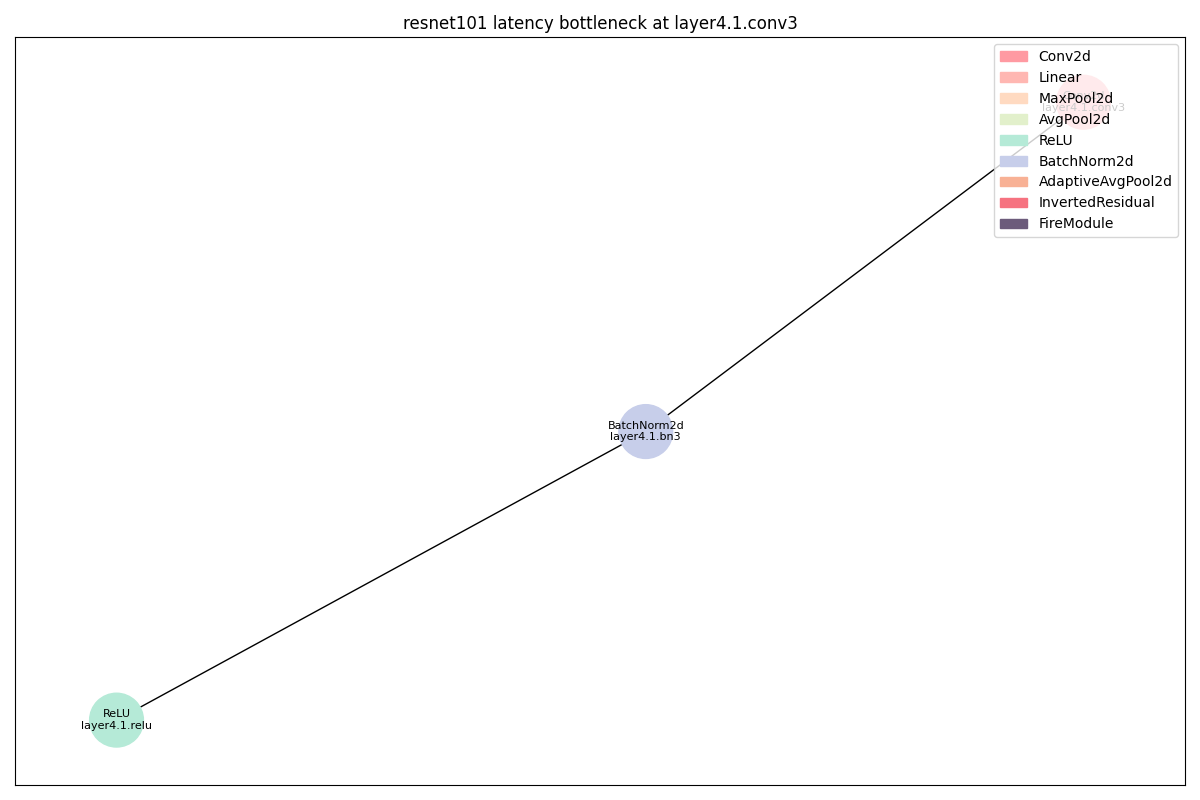
11222-Meng/DNN_Bottlen_Layer_Analysis keeps this Graphviz diagram as dags/resnet101_latency_layer4_1_conv3_op.png. Above is the earlier version. Its source is kept beside it as dags/resnet101_latency_layer4_1_conv3_op.dot.
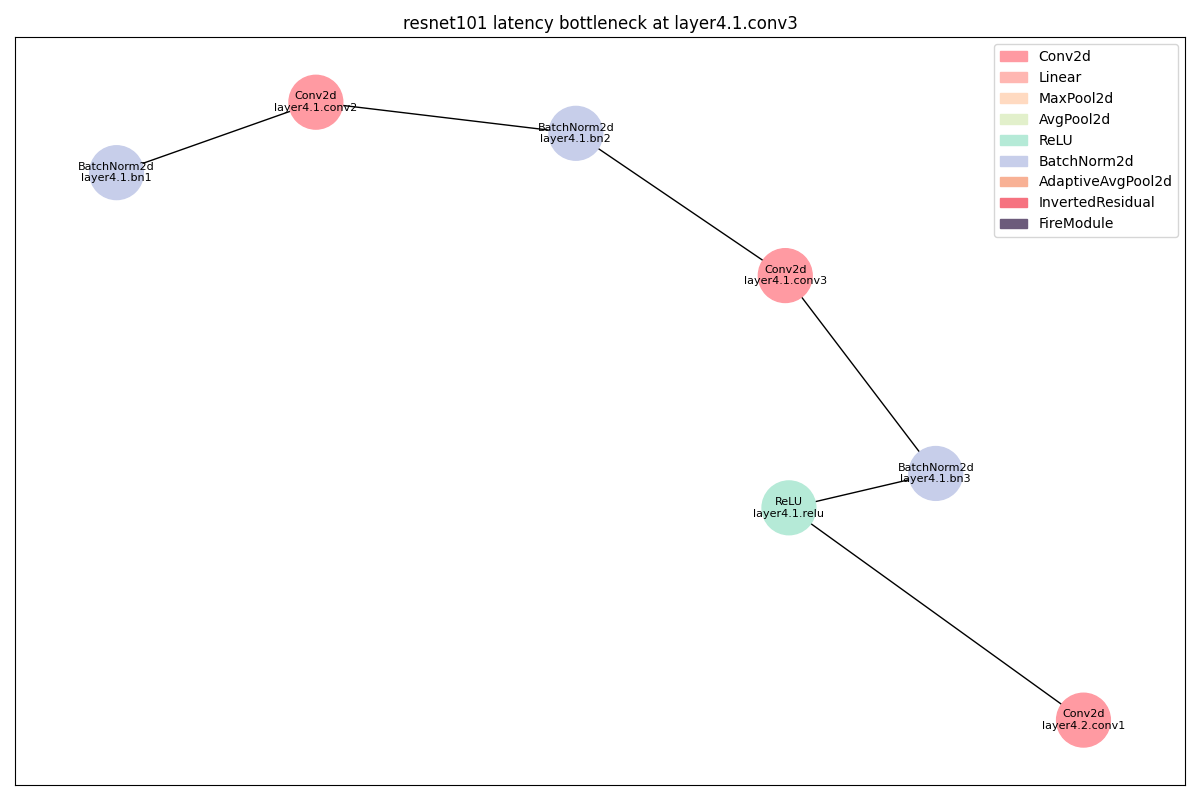
Later version of the same file.

The edit, as a diff of the source:
```diff
@@ -1,16 +1,36 @@
 strict digraph "" {
+	BatchNorm2d_0	[color="#C7CEEA",
+		layer_name="layer4.1.bn1",
+		params=1024,
+		type=BatchNorm2d];
 	Conv2d_0	[color="#FF9AA2",
+		layer_name="layer4.1.conv2",
+		params=2359296,
+		type=Conv2d];
+	BatchNorm2d_0 -> Conv2d_0;
+	BatchNorm2d_1	[color="#C7CEEA",
+		layer_name="layer4.1.bn2",
+		params=1024,
+		type=BatchNorm2d];
+	Conv2d_0 -> BatchNorm2d_1;
+	Conv2d_1	[color="#FF9AA2",
 		layer_name="layer4.1.conv3",
 		params=1048576,
 		type=Conv2d];
-	BatchNorm2d_0	[color="#C7CEEA",
+	BatchNorm2d_1 -> Conv2d_1;
+	BatchNorm2d_2	[color="#C7CEEA",
 		layer_name="layer4.1.bn3",
 		params=4096,
 		type=BatchNorm2d];
-	Conv2d_0 -> BatchNorm2d_0;
+	Conv2d_1 -> BatchNorm2d_2;
 	ReLU_0	[color="#B5EAD7",
 		layer_name="layer4.1.relu",
 		params=0,
 		type=ReLU];
-	BatchNorm2d_0 -> ReLU_0;
+	BatchNorm2d_2 -> ReLU_0;
+	Conv2d_2	[color="#FF9AA2",
+		layer_name="layer4.2.conv1",
+		params=1048576,
+		type=Conv2d];
+	ReLU_0 -> Conv2d_2;
 }
```
